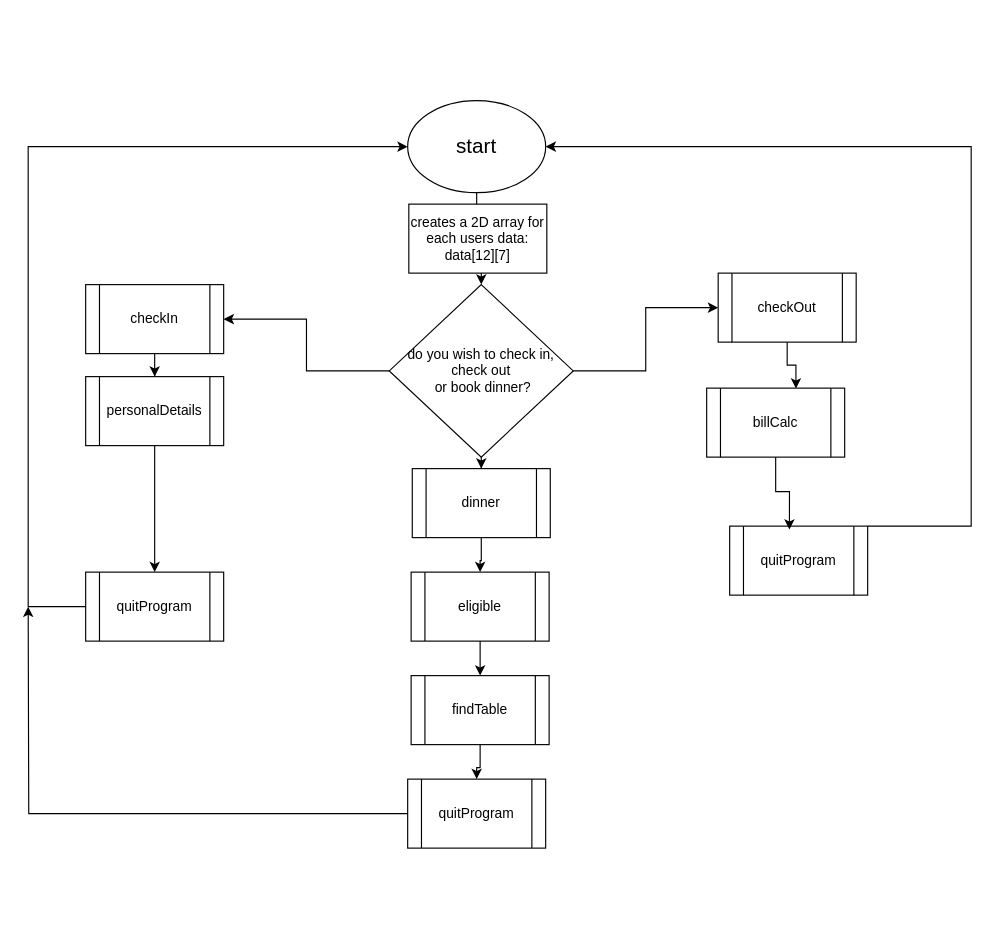
Earlier version of the draw.io diagram main subroutine flowchart.drawio (BHASVIC-JamesC/JDL-corporation). Source tidied: cells renumbered, new cells numbered last; positions are measured from the earlier drawing's top-left corner, leaving out a move shared by most shapes. Both pictures are drawn from the tidied source at 115%, with x=0, y=0 at pixel (28, 100).
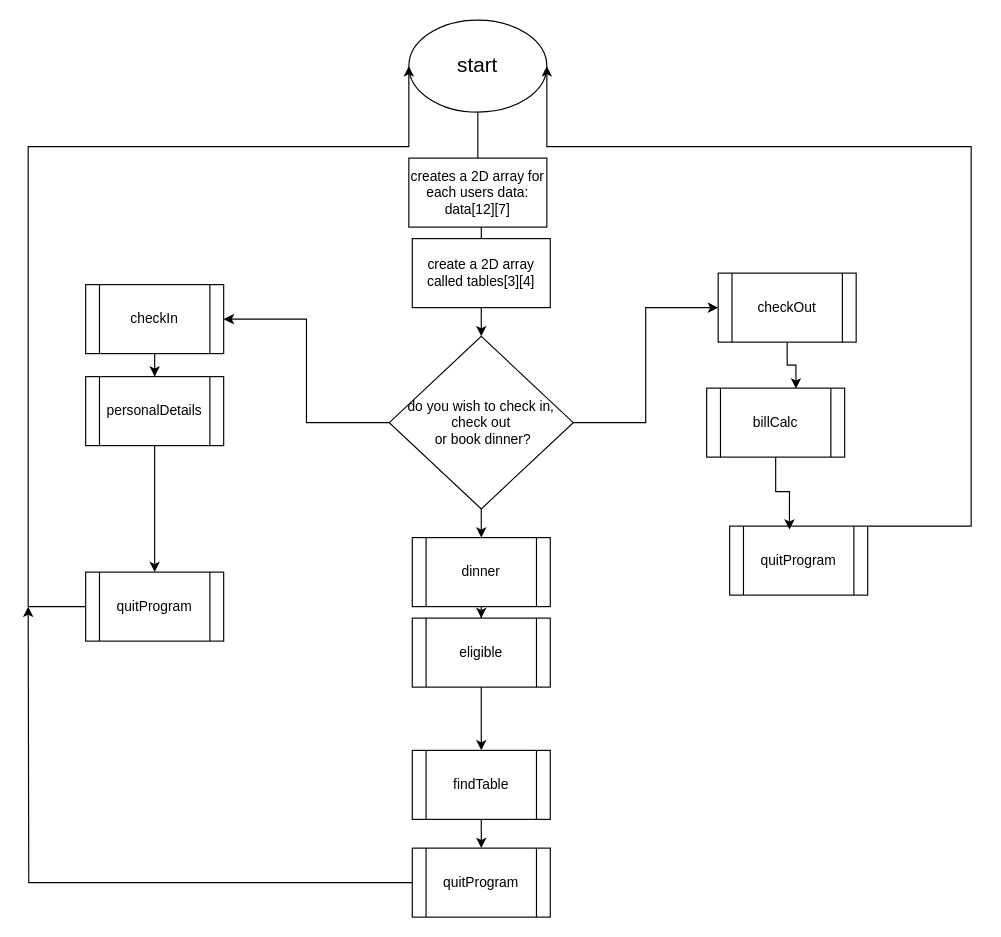
The same page after the edit.

What changed in the source:
```diff
@@
     <mxCell id="3" value="&lt;font style=&quot;font-size: 18px;&quot;&gt;start&lt;/font&gt;" style="ellipse;whiteSpace=wrap;html=1;" parent="1" vertex="1">
-      <mxGeometry x="330" width="120" height="80" as="geometry" />
+      <mxGeometry x="331" y="-70" width="120" height="80" as="geometry" />
     </mxCell>
@@
     <mxCell id="7" value="do you wish to check in,&lt;div&gt;check out&lt;/div&gt;&lt;div&gt;&amp;nbsp;or book dinner?&lt;/div&gt;" style="rhombus;whiteSpace=wrap;html=1;align=center;" parent="1" vertex="1">
-      <mxGeometry x="314" y="160" width="160" height="150" as="geometry" />
+      <mxGeometry x="314" y="205" width="160" height="150" as="geometry" />
     </mxCell>
@@
     <mxCell id="11" value="dinner" style="shape=process;whiteSpace=wrap;html=1;backgroundOutline=1;" parent="1" vertex="1">
-      <mxGeometry x="334" y="320" width="120" height="60" as="geometry" />
+      <mxGeometry x="334" y="380" width="120" height="60" as="geometry" />
     </mxCell>
@@
     <mxCell id="18" value="eligible" style="shape=process;whiteSpace=wrap;html=1;backgroundOutline=1;" parent="1" vertex="1">
-      <mxGeometry x="333" y="410" width="120" height="60" as="geometry" />
+      <mxGeometry x="334" y="450" width="120" height="60" as="geometry" />
     </mxCell>
@@
     <mxCell id="20" value="findTable" style="shape=process;whiteSpace=wrap;html=1;backgroundOutline=1;" parent="1" vertex="1">
-      <mxGeometry x="333" y="500" width="120" height="60" as="geometry" />
+      <mxGeometry x="334" y="565" width="120" height="60" as="geometry" />
     </mxCell>
@@
     <mxCell id="22" value="quitProgram" style="shape=process;whiteSpace=wrap;html=1;backgroundOutline=1;" parent="1" vertex="1">
-      <mxGeometry x="330" y="590" width="120" height="60" as="geometry" />
+      <mxGeometry x="334" y="650" width="120" height="60" as="geometry" />
     </mxCell>
@@
     <mxCell id="28" value="creates a 2D array for each users data:&lt;div&gt;data[12][7]&lt;/div&gt;" style="rounded=0;whiteSpace=wrap;html=1;" parent="1" vertex="1">
-      <mxGeometry x="331" y="90" width="120" height="60" as="geometry" />
+      <mxGeometry x="331" y="50" width="120" height="60" as="geometry" />
     </mxCell>
+    <mxCell id="29" value="create a 2D array called tables[3][4]" style="rounded=0;whiteSpace=wrap;html=1;" parent="1" vertex="1">
+      <mxGeometry x="334" y="120" width="120" height="60" as="geometry" />
+    </mxCell>
```
